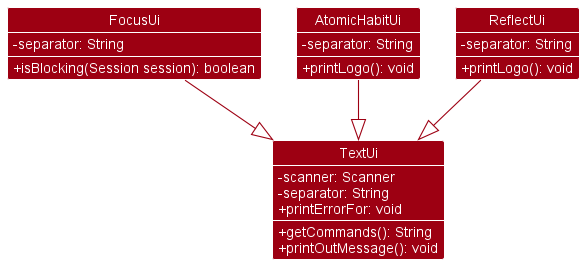
The PlantUML diagram docs/diagrams/UiComponent.png in wenxin-c/tp, before a commit.
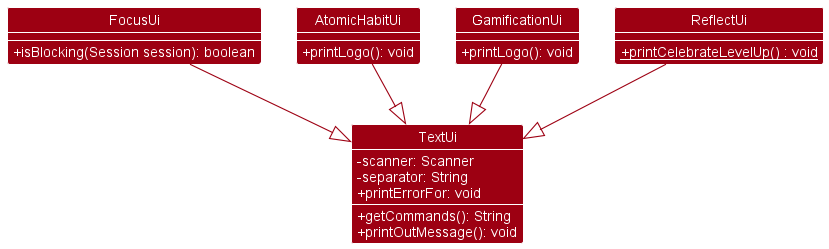
The same diagram one commit later.

Commit message:
Add GamificationUi into developer guide

Change to the diagram source:
```diff
@@ -15,23 +15,25 @@
 }
 
 class FocusUi{
-- separator: String
 + isBlocking(Session session): boolean
 }
 
 class AtomicHabitUi{
-- separator: String
++ printLogo(): void
+}
+
+class GamificationUi{
 + printLogo(): void
 }
 
 class ReflectUi{
-- separator: String
-+ printLogo(): void
++ {static} printCelebrateLevelUp() : void
 }
 
 FocusUi --|> TextUi
 AtomicHabitUi --|> TextUi
 ReflectUi --|> TextUi
+GamificationUi --|> TextUi
 
 
 @enduml
```
